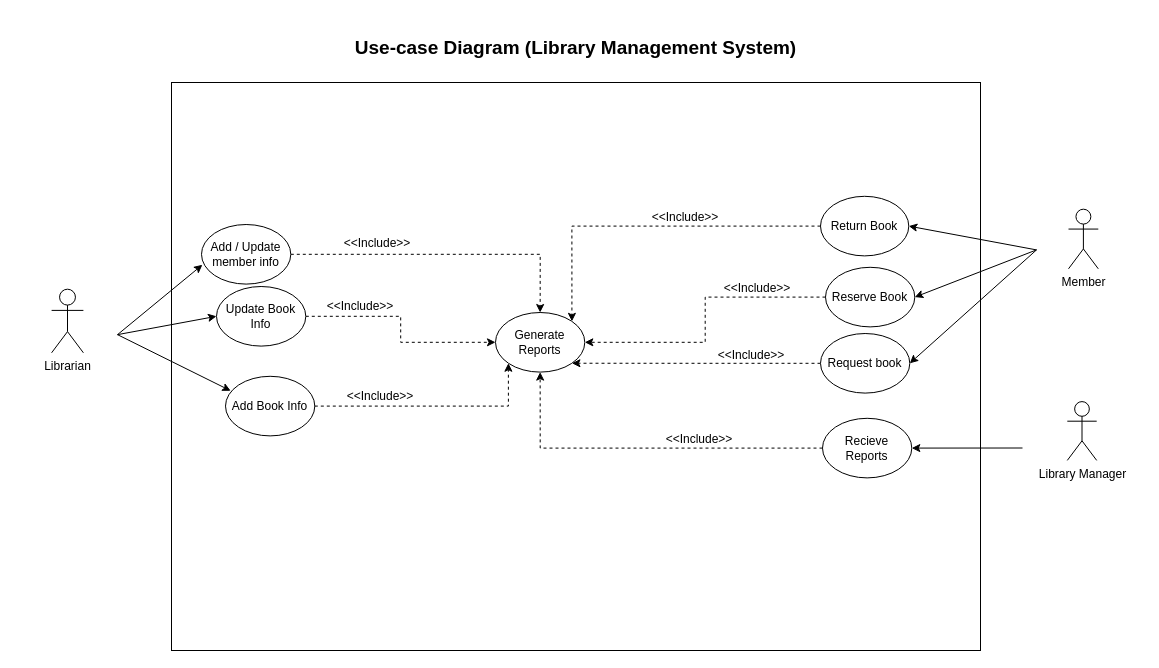
Before: Library Management System (Use-Case Diagram).drawio in Abdulrahman-Sayed-1/Library-Management-System, a draw.io diagram. Source tidied: cells renumbered, new cells numbered last; positions are measured from the earlier drawing's top-left corner, leaving out a move shared by most shapes. Both pictures are drawn from the tidied source at 100%, with x=0, y=0 at pixel (17, 17).
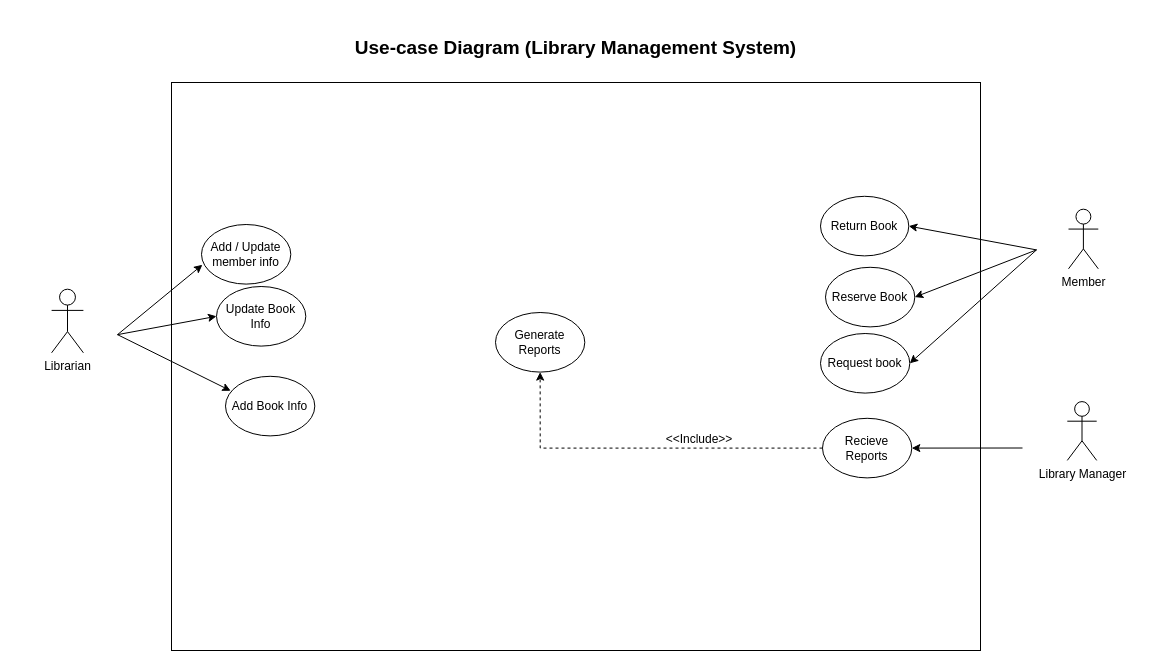
Above is the later version.

Commit message:
Delete all unnecessary relationships.

Unchanged cells that the change refers to:
```xml
<mxCell id="5" value="Add Book Info" style="ellipse;whiteSpace=wrap;html=1;" parent="1" vertex="1">
  <mxGeometry x="208" y="358.8" width="89.3" height="59.6" as="geometry" />
</mxCell>
<mxCell id="6" value="Return Book" style="ellipse;whiteSpace=wrap;html=1;" parent="1" vertex="1">
  <mxGeometry x="803" y="178.8" width="88.3" height="59.6" as="geometry" />
</mxCell>
<mxCell id="8" value="Generate Reports" style="ellipse;whiteSpace=wrap;html=1;" parent="1" vertex="1">
  <mxGeometry x="478" y="295" width="89.3" height="59.6" as="geometry" />
</mxCell>
<mxCell id="34" value="Request book" style="ellipse;whiteSpace=wrap;html=1;" parent="1" vertex="1">
  <mxGeometry x="803" y="316" width="89.3" height="59.6" as="geometry" />
</mxCell>
<mxCell id="36" value="Reserve Book" style="ellipse;whiteSpace=wrap;html=1;" parent="1" vertex="1">
  <mxGeometry x="808" y="249.8" width="89.3" height="59.6" as="geometry" />
</mxCell>
<mxCell id="38" value="Update Book Info" style="ellipse;whiteSpace=wrap;html=1;" parent="1" vertex="1">
  <mxGeometry x="199" y="269" width="89.3" height="59.6" as="geometry" />
</mxCell>
<mxCell id="40" value="Add / Update member info" style="ellipse;whiteSpace=wrap;html=1;" parent="1" vertex="1">
  <mxGeometry x="184" y="207" width="89.3" height="59.6" as="geometry" />
</mxCell>
```

The edit, as a diff of the source:
```diff
@@
-    <mxCell id="9" style="edgeStyle=orthogonalEdgeStyle;rounded=0;jettySize=auto;html=1;exitX=1;exitY=0.5;exitDx=0;exitDy=0;entryX=0.5;entryY=0;entryDx=0;entryDy=0;dashed=1;" parent="1" edge="1" source="40" target="8">
-      <mxGeometry relative="1" as="geometry" />
-    </mxCell>
-    <mxCell id="10" style="edgeStyle=orthogonalEdgeStyle;rounded=0;jettySize=auto;html=1;exitX=1;exitY=0.5;exitDx=0;exitDy=0;entryX=0;entryY=0.5;entryDx=0;entryDy=0;dashed=1;" parent="1" edge="1" source="38" target="8">
-      <mxGeometry relative="1" as="geometry" />
-    </mxCell>
-    <mxCell id="11" style="edgeStyle=orthogonalEdgeStyle;rounded=0;jettySize=auto;html=1;exitX=1;exitY=0.5;exitDx=0;exitDy=0;entryX=0;entryY=1;entryDx=0;entryDy=0;dashed=1;" parent="1" edge="1" source="5" target="8">
-      <mxGeometry relative="1" as="geometry" />
-    </mxCell>
-    <mxCell id="12" style="edgeStyle=orthogonalEdgeStyle;rounded=0;jettySize=auto;html=1;exitX=0;exitY=0.5;exitDx=0;exitDy=0;entryX=1;entryY=0;entryDx=0;entryDy=0;dashed=1;" parent="1" edge="1" source="6" target="8">
-      <mxGeometry relative="1" as="geometry" />
-    </mxCell>
-    <mxCell id="13" style="edgeStyle=orthogonalEdgeStyle;rounded=0;jettySize=auto;html=1;exitX=0;exitY=0.5;exitDx=0;exitDy=0;entryX=1;entryY=0.5;entryDx=0;entryDy=0;dashed=1;" parent="1" edge="1" source="36" target="8">
-      <mxGeometry relative="1" as="geometry" />
-    </mxCell>
-    <mxCell id="14" style="edgeStyle=orthogonalEdgeStyle;rounded=0;jettySize=auto;html=1;exitX=0;exitY=0.5;exitDx=0;exitDy=0;entryX=1;entryY=1;entryDx=0;entryDy=0;dashed=1;" parent="1" edge="1" source="34" target="8">
-      <mxGeometry relative="1" as="geometry" />
-    </mxCell>
@@
-    <mxCell id="16" value="&amp;lt;&amp;lt;Include&amp;gt;&amp;gt;" style="text;html=1;align=center;verticalAlign=middle;whiteSpace=wrap;rounded=0;fontSize=12;" parent="1" vertex="1">
-      <mxGeometry x="313" y="273.8" width="60" height="30" as="geometry" />
-    </mxCell>
-    <mxCell id="17" value="&amp;lt;&amp;lt;Include&amp;gt;&amp;gt;" style="text;html=1;align=center;verticalAlign=middle;whiteSpace=wrap;rounded=0;fontSize=12;" parent="1" vertex="1">
-      <mxGeometry x="333" y="363.8" width="60" height="30" as="geometry" />
-    </mxCell>
-    <mxCell id="18" value="&amp;lt;&amp;lt;Include&amp;gt;&amp;gt;" style="text;html=1;align=center;verticalAlign=middle;whiteSpace=wrap;rounded=0;fontSize=12;" parent="1" vertex="1">
-      <mxGeometry x="330" y="210.8" width="60" height="30" as="geometry" />
-    </mxCell>
-    <mxCell id="19" value="&amp;lt;&amp;lt;Include&amp;gt;&amp;gt;" style="text;html=1;align=center;verticalAlign=middle;whiteSpace=wrap;rounded=0;fontSize=12;" parent="1" vertex="1">
-      <mxGeometry x="704" y="323" width="60" height="30" as="geometry" />
-    </mxCell>
-    <mxCell id="20" value="&amp;lt;&amp;lt;Include&amp;gt;&amp;gt;" style="text;html=1;align=center;verticalAlign=middle;whiteSpace=wrap;rounded=0;fontSize=12;" parent="1" vertex="1">
-      <mxGeometry x="710" y="255.8" width="60" height="30" as="geometry" />
-    </mxCell>
-    <mxCell id="21" value="&amp;lt;&amp;lt;Include&amp;gt;&amp;gt;" style="text;html=1;align=center;verticalAlign=middle;whiteSpace=wrap;rounded=0;fontSize=12;" parent="1" vertex="1">
-      <mxGeometry x="638" y="184.8" width="60" height="30" as="geometry" />
-    </mxCell>
```
